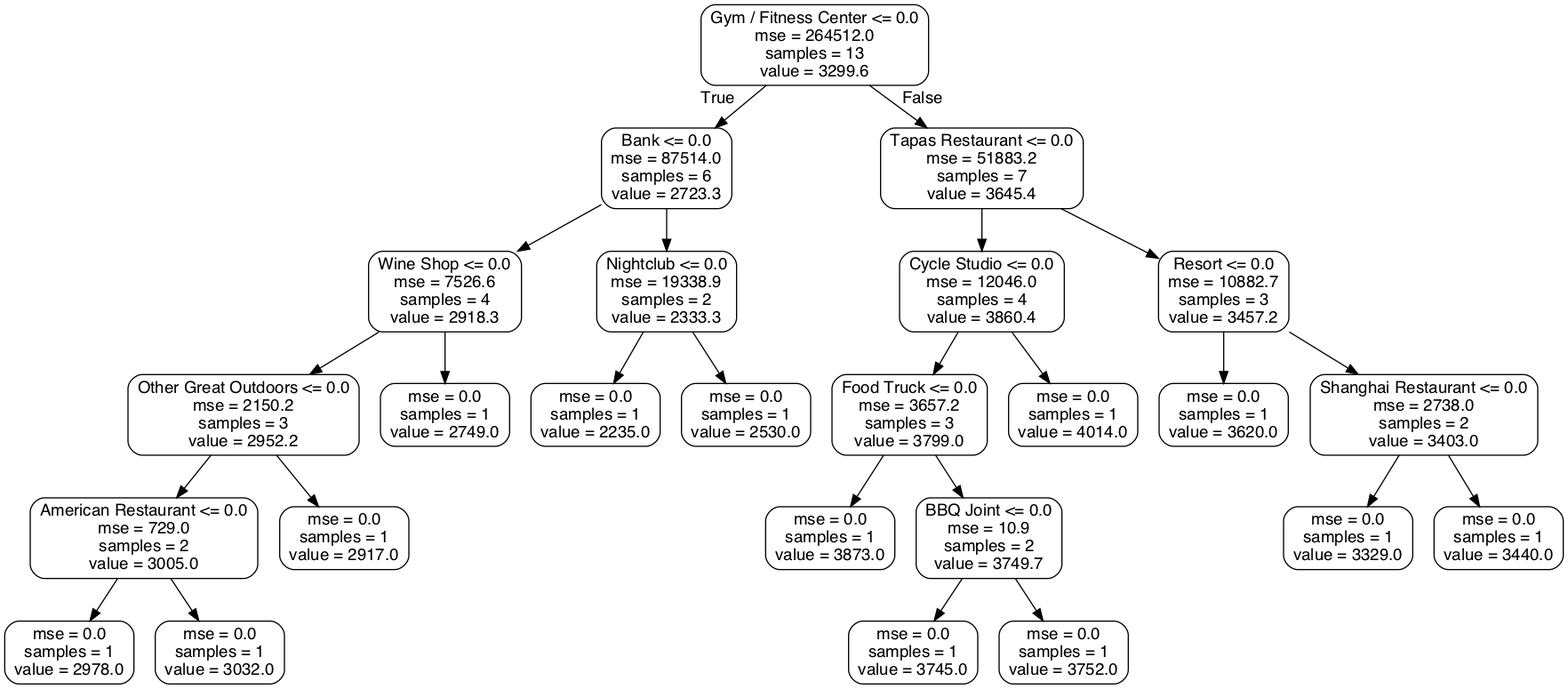
This is high_rent_tree.png from allaccountstaken/predicting_urban_home_values, a Graphviz export, as it was before one commit. Its source is kept beside it as high_rent_tree.dot.
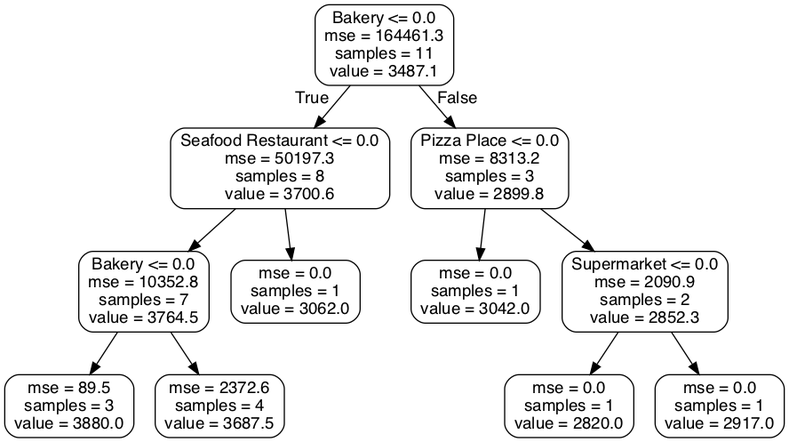
The same file after the commit.

What changed in the source:
```diff
@@ -1,53 +1,25 @@
 digraph Tree {
 node [shape=box, style="rounded", color="black", fontname=helvetica] ;
 edge [fontname=helvetica] ;
-0 [label="Gym / Fitness Center <= 0.0\nmse = 264512.0\nsamples = 13\nvalue = 3299.6"] ;
-1 [label="Bank <= 0.0\nmse = 87514.0\nsamples = 6\nvalue = 2723.3"] ;
+0 [label="Bakery <= 0.0\nmse = 164461.3\nsamples = 11\nvalue = 3487.1"] ;
+1 [label="Seafood Restaurant <= 0.0\nmse = 50197.3\nsamples = 8\nvalue = 3700.6"] ;
 0 -> 1 [labeldistance=2.5, labelangle=45, headlabel="True"] ;
-2 [label="Wine Shop <= 0.0\nmse = 7526.6\nsamples = 4\nvalue = 2918.3"] ;
+2 [label="Bakery <= 0.0\nmse = 10352.8\nsamples = 7\nvalue = 3764.5"] ;
 1 -> 2 ;
-3 [label="Other Great Outdoors <= 0.0\nmse = 2150.2\nsamples = 3\nvalue = 2952.2"] ;
+3 [label="mse = 89.5\nsamples = 3\nvalue = 3880.0"] ;
 2 -> 3 ;
-4 [label="American Restaurant <= 0.0\nmse = 729.0\nsamples = 2\nvalue = 3005.0"] ;
-3 -> 4 ;
-5 [label="mse = 0.0\nsamples = 1\nvalue = 2978.0"] ;
-4 -> 5 ;
-6 [label="mse = 0.0\nsamples = 1\nvalue = 3032.0"] ;
-4 -> 6 ;
-7 [label="mse = 0.0\nsamples = 1\nvalue = 2917.0"] ;
-3 -> 7 ;
-8 [label="mse = 0.0\nsamples = 1\nvalue = 2749.0"] ;
-2 -> 8 ;
-9 [label="Nightclub <= 0.0\nmse = 19338.9\nsamples = 2\nvalue = 2333.3"] ;
-1 -> 9 ;
-10 [label="mse = 0.0\nsamples = 1\nvalue = 2235.0"] ;
-9 -> 10 ;
-11 [label="mse = 0.0\nsamples = 1\nvalue = 2530.0"] ;
-9 -> 11 ;
-12 [label="Tapas Restaurant <= 0.0\nmse = 51883.2\nsamples = 7\nvalue = 3645.4"] ;
-0 -> 12 [labeldistance=2.5, labelangle=-45, headlabel="False"] ;
-13 [label="Cycle Studio <= 0.0\nmse = 12046.0\nsamples = 4\nvalue = 3860.4"] ;
-12 -> 13 ;
-14 [label="Food Truck <= 0.0\nmse = 3657.2\nsamples = 3\nvalue = 3799.0"] ;
-13 -> 14 ;
-15 [label="mse = 0.0\nsamples = 1\nvalue = 3873.0"] ;
-14 -> 15 ;
-16 [label="BBQ Joint <= 0.0\nmse = 10.9\nsamples = 2\nvalue = 3749.7"] ;
-14 -> 16 ;
-17 [label="mse = 0.0\nsamples = 1\nvalue = 3745.0"] ;
-16 -> 17 ;
-18 [label="mse = 0.0\nsamples = 1\nvalue = 3752.0"] ;
-16 -> 18 ;
-19 [label="mse = 0.0\nsamples = 1\nvalue = 4014.0"] ;
-13 -> 19 ;
-20 [label="Resort <= 0.0\nmse = 10882.7\nsamples = 3\nvalue = 3457.2"] ;
-12 -> 20 ;
-21 [label="mse = 0.0\nsamples = 1\nvalue = 3620.0"] ;
-20 -> 21 ;
-22 [label="Shanghai Restaurant <= 0.0\nmse = 2738.0\nsamples = 2\nvalue = 3403.0"] ;
-20 -> 22 ;
-23 [label="mse = 0.0\nsamples = 1\nvalue = 3329.0"] ;
-22 -> 23 ;
-24 [label="mse = 0.0\nsamples = 1\nvalue = 3440.0"] ;
-22 -> 24 ;
+4 [label="mse = 2372.6\nsamples = 4\nvalue = 3687.5"] ;
+2 -> 4 ;
+5 [label="mse = 0.0\nsamples = 1\nvalue = 3062.0"] ;
+1 -> 5 ;
+6 [label="Pizza Place <= 0.0\nmse = 8313.2\nsamples = 3\nvalue = 2899.8"] ;
+0 -> 6 [labeldistance=2.5, labelangle=-45, headlabel="False"] ;
+7 [label="mse = 0.0\nsamples = 1\nvalue = 3042.0"] ;
+6 -> 7 ;
+8 [label="Supermarket <= 0.0\nmse = 2090.9\nsamples = 2\nvalue = 2852.3"] ;
+6 -> 8 ;
+9 [label="mse = 0.0\nsamples = 1\nvalue = 2820.0"] ;
+8 -> 9 ;
+10 [label="mse = 0.0\nsamples = 1\nvalue = 2917.0"] ;
+8 -> 10 ;
 }
```
